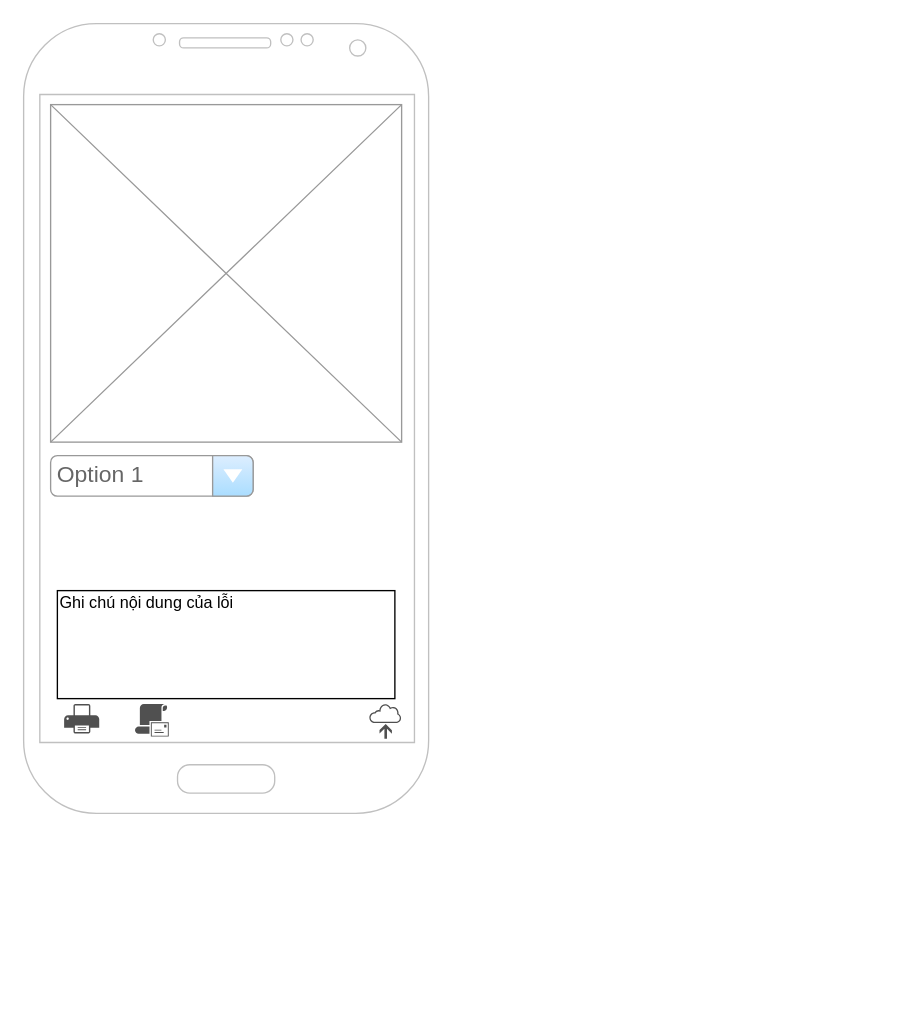
Above: page "Mobile-Local" (1 of 2) of 6S.drawio in NTcse/draw (draw.io), before the change. Source tidied: cells renumbered, new cells numbered last; positions are measured from the earlier drawing's top-left corner, leaving out a move shared by most shapes. Both pictures are drawn from the tidied source at 135%, with x=0, y=0 at pixel (23, 23).
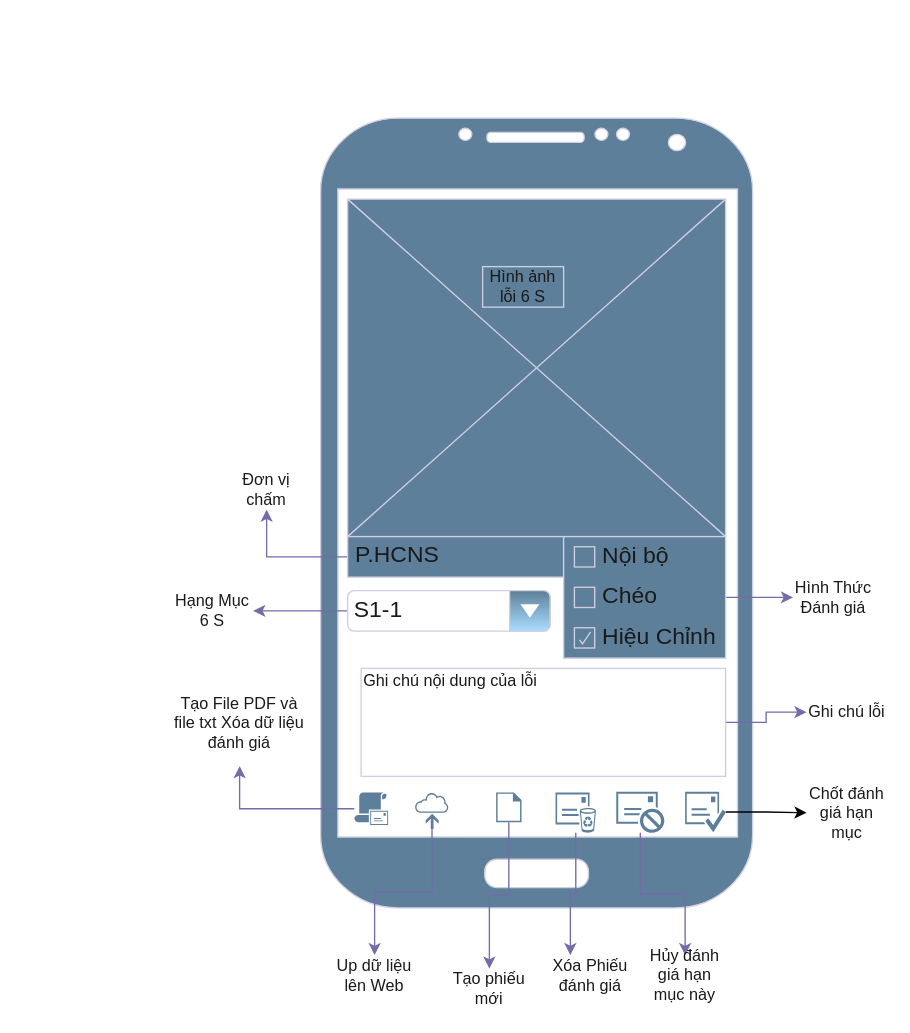
The same diagram, later.

Commit message:
Cập nhật 6S.drawio

What changed in the source:
```diff
@@
-    <mxCell id="2" style="verticalLabelPosition=bottom;verticalAlign=top;html=1;shadow=0;dashed=0;strokeWidth=1;shape=mxgraph.android.phone2;strokeColor=#c0c0c0;" parent="1" vertex="1">
-      <mxGeometry width="300" height="585" as="geometry" />
+    <mxCell id="2" style="verticalLabelPosition=bottom;verticalAlign=top;html=1;shadow=0;dashed=0;strokeWidth=1;shape=mxgraph.android.phone2;strokeColor=#D0CEE2;rounded=1;labelBackgroundColor=none;fillColor=#5D7F99;fontColor=#1A1A1A;" parent="1" vertex="1">
+      <mxGeometry x="220" y="70" width="320" height="585" as="geometry" />
     </mxCell>
-    <mxCell id="3" style="sketch=0;shadow=0;dashed=0;html=1;strokeColor=none;fillColor=#505050;labelPosition=center;verticalLabelPosition=bottom;verticalAlign=top;align=center;shape=mxgraph.office.clouds.online_backup;" parent="1" vertex="1">
-      <mxGeometry x="256" y="504" width="24" height="25.8" as="geometry" />
-    </mxCell>
-    <mxCell id="4" style="sketch=0;shadow=0;dashed=0;html=1;strokeColor=none;fillColor=#505050;labelPosition=center;verticalLabelPosition=bottom;verticalAlign=top;align=center;shape=mxgraph.office.devices.printer;" parent="1" vertex="1">
-      <mxGeometry x="30" y="504" width="26" height="21.8" as="geometry" />
-    </mxCell>
+    <mxCell id="9" style="edgeStyle=orthogonalEdgeStyle;rounded=0;jettySize=auto;html=1;strokeColor=#736CA8;fontColor=default;labelBackgroundColor=none;" parent="1" edge="1" source="5" target="32">
+      <mxGeometry relative="1" as="geometry" />
+    </mxCell>
-    <mxCell id="5" style="sketch=0;shadow=0;dashed=0;html=1;strokeColor=none;fillColor=#505050;labelPosition=center;verticalLabelPosition=bottom;verticalAlign=top;outlineConnect=0;align=center;shape=mxgraph.office.security.email_address_policy;" parent="1" vertex="1">
-      <mxGeometry x="82.5" y="504" width="25" height="24.1" as="geometry" />
+    <mxCell id="5" style="shadow=0;dashed=0;html=1;strokeColor=none;fillColor=#5D7F99;labelPosition=center;verticalLabelPosition=bottom;verticalAlign=top;outlineConnect=0;align=center;shape=mxgraph.office.security.email_address_policy;rounded=1;labelBackgroundColor=none;fontColor=#1A1A1A;" parent="1" vertex="1">
+      <mxGeometry x="245" y="569.5" width="25" height="24.1" as="geometry" />
     </mxCell>
-    <mxCell id="6" style="verticalLabelPosition=bottom;shadow=0;dashed=0;align=center;html=1;verticalAlign=top;strokeWidth=1;shape=mxgraph.mockup.graphics.simpleIcon;strokeColor=#999999;" parent="1" vertex="1">
-      <mxGeometry x="20" y="60" width="260" height="250" as="geometry" />
+    <mxCell id="6" style="verticalLabelPosition=bottom;shadow=0;dashed=0;align=center;html=1;verticalAlign=top;strokeWidth=1;shape=mxgraph.mockup.graphics.simpleIcon;strokeColor=#D0CEE2;rounded=1;labelBackgroundColor=none;fillColor=#5D7F99;fontColor=#1A1A1A;" parent="1" vertex="1">
+      <mxGeometry x="240" y="130" width="280" height="250" as="geometry" />
     </mxCell>
+    <mxCell id="10" style="edgeStyle=orthogonalEdgeStyle;rounded=0;jettySize=auto;html=1;strokeColor=#736CA8;fontColor=default;labelBackgroundColor=none;" parent="1" edge="1" source="7" target="28">
+      <mxGeometry relative="1" as="geometry" />
+    </mxCell>
-    <mxCell id="7" value="Option 1" style="strokeWidth=1;shadow=0;dashed=0;align=center;html=1;shape=mxgraph.mockup.forms.comboBox;strokeColor=#999999;fillColor=#ddeeff;align=left;fillColor2=#aaddff;mainText=;fontColor=#666666;fontSize=17;spacingLeft=3;points=[];" parent="1" vertex="1">
-      <mxGeometry x="20" y="320" width="150" height="30" as="geometry" />
+    <mxCell id="7" value="S1-1" style="strokeWidth=1;shadow=0;dashed=0;align=center;html=1;shape=mxgraph.mockup.forms.comboBox;strokeColor=#D0CEE2;fillColor=#5D7F99;align=left;fillColor2=#aaddff;mainText=;fontColor=#1A1A1A;fontSize=17;spacingLeft=3;points=[];rounded=1;labelBackgroundColor=none;" parent="1" vertex="1">
+      <mxGeometry x="240" y="420" width="150" height="30" as="geometry" />
     </mxCell>
+    <mxCell id="11" style="edgeStyle=orthogonalEdgeStyle;rounded=0;jettySize=auto;html=1;strokeColor=#736CA8;fontColor=default;labelBackgroundColor=none;" parent="1" edge="1" source="8" target="31">
+      <mxGeometry relative="1" as="geometry" />
+    </mxCell>
-    <mxCell id="8" value="Ghi chú nội dung của lỗi" style="text;spacingTop=-5;whiteSpace=wrap;html=1;align=left;fontSize=12;fontFamily=Helvetica;fillColor=none;strokeColor=default;" parent="1" vertex="1">
-      <mxGeometry x="25" y="420" width="250" height="80" as="geometry" />
+    <mxCell id="8" value="Ghi chú nội dung của lỗi" style="text;spacingTop=-5;whiteSpace=wrap;html=1;align=left;fontSize=12;fontFamily=Helvetica;fillColor=none;strokeColor=#D0CEE2;rounded=0;labelBackgroundColor=none;fontColor=#1A1A1A;" parent="1" vertex="1">
+      <mxGeometry x="250" y="477.6" width="270" height="80" as="geometry" />
     </mxCell>
+    <mxCell id="12" style="edgeStyle=orthogonalEdgeStyle;rounded=0;jettySize=auto;html=1;strokeColor=#736CA8;fontColor=default;labelBackgroundColor=none;" parent="1" edge="1" source="13" target="27">
+      <mxGeometry relative="1" as="geometry" />
+    </mxCell>
+    <mxCell id="13" value="P.HCNS" style="strokeWidth=1;shadow=0;dashed=0;align=center;html=1;shape=mxgraph.mockup.text.textBox;fontColor=#1A1A1A;align=left;fontSize=17;spacingLeft=4;spacingTop=-3;whiteSpace=wrap;strokeColor=#D0CEE2;mainText=;rounded=1;labelBackgroundColor=none;fillColor=#5D7F99;" parent="1" vertex="1">
+      <mxGeometry x="240" y="380" width="160" height="30" as="geometry" />
+    </mxCell>
+    <mxCell id="14" style="edgeStyle=orthogonalEdgeStyle;rounded=0;jettySize=auto;html=1;strokeColor=#736CA8;fontColor=default;labelBackgroundColor=none;entryX=0.25;entryY=0;entryDx=0;entryDy=0;" parent="1" edge="1" source="15" target="35">
+      <mxGeometry relative="1" as="geometry" />
+    </mxCell>
+    <mxCell id="15" style="shadow=0;dashed=0;html=1;strokeColor=none;fillColor=#5D7F99;labelPosition=center;verticalLabelPosition=bottom;verticalAlign=top;outlineConnect=0;align=center;shape=mxgraph.office.concepts.email_expired;rounded=1;labelBackgroundColor=none;fontColor=#1A1A1A;" parent="1" vertex="1">
+      <mxGeometry x="394" y="569.5" width="30" height="29.9" as="geometry" />
+    </mxCell>
+    <mxCell id="16" style="edgeStyle=orthogonalEdgeStyle;rounded=0;jettySize=auto;html=1;strokeColor=#736CA8;fontColor=default;labelBackgroundColor=none;" parent="1" edge="1" source="17" target="33">
+      <mxGeometry relative="1" as="geometry" />
+    </mxCell>
+    <mxCell id="17" style="shadow=0;dashed=0;html=1;strokeColor=none;fillColor=#5D7F99;labelPosition=center;verticalLabelPosition=bottom;verticalAlign=top;outlineConnect=0;align=center;shape=mxgraph.office.concepts.backup_online;rounded=1;labelBackgroundColor=none;fontColor=#1A1A1A;" parent="1" vertex="1">
+      <mxGeometry x="290" y="569.5" width="25" height="27.3" as="geometry" />
+    </mxCell>
+    <mxCell id="18" style="edgeStyle=orthogonalEdgeStyle;rounded=0;jettySize=auto;html=1;" parent="1" edge="1" source="19" target="39">
+      <mxGeometry relative="1" as="geometry" />
+    </mxCell>
+    <mxCell id="19" style="shadow=0;dashed=0;html=1;strokeColor=none;fillColor=#5D7F99;labelPosition=center;verticalLabelPosition=bottom;verticalAlign=top;outlineConnect=0;align=center;shape=mxgraph.office.concepts.email_approved;rounded=1;labelBackgroundColor=none;fontColor=#1A1A1A;" parent="1" vertex="1">
+      <mxGeometry x="490" y="569" width="30" height="29.9" as="geometry" />
+    </mxCell>
+    <mxCell id="20" style="edgeStyle=orthogonalEdgeStyle;rounded=0;jettySize=auto;html=1;strokeColor=#736CA8;fontColor=default;labelBackgroundColor=none;entryX=0;entryY=0.5;entryDx=0;entryDy=0;" parent="1" edge="1" source="21" target="30">
+      <mxGeometry relative="1" as="geometry" />
+    </mxCell>
+    <mxCell id="21" style="strokeWidth=1;shadow=0;dashed=0;align=center;html=1;shape=mxgraph.mockup.forms.rrect;rSize=0;strokeColor=#D0CEE2;fillColor=#5D7F99;rounded=1;labelBackgroundColor=none;fontColor=#1A1A1A;" parent="1" vertex="1">
+      <mxGeometry x="400" y="380" width="120" height="90" as="geometry" />
+    </mxCell>
+    <mxCell id="22" value="Nội bộ" style="strokeWidth=1;shadow=0;dashed=0;align=center;html=1;shape=mxgraph.mockup.forms.rrect;rSize=0;fillColor=#5D7F99;strokeColor=#D0CEE2;align=left;spacingLeft=4;fontSize=17;fontColor=#1A1A1A;labelPosition=right;rounded=1;labelBackgroundColor=none;" parent="21" vertex="1">
+      <mxGeometry x="8" y="7.5" width="15" height="15" as="geometry" />
+    </mxCell>
+    <mxCell id="23" value="Chéo" style="strokeWidth=1;shadow=0;dashed=0;align=center;html=1;shape=mxgraph.mockup.forms.rrect;rSize=0;fillColor=#5D7F99;strokeColor=#D0CEE2;align=left;spacingLeft=4;fontSize=17;fontColor=#1A1A1A;labelPosition=right;rounded=1;labelBackgroundColor=none;" parent="21" vertex="1">
+      <mxGeometry x="8" y="37.5" width="15" height="15" as="geometry" />
+    </mxCell>
+    <mxCell id="24" value="Hiệu Chỉnh" style="strokeWidth=1;shadow=0;dashed=0;align=center;html=1;shape=mxgraph.mockup.forms.checkbox;rSize=0;fillColor=#5D7F99;strokeColor=#D0CEE2;align=left;spacingLeft=4;fontSize=17;fontColor=#1A1A1A;labelPosition=right;rounded=1;labelBackgroundColor=none;" parent="21" vertex="1">
+      <mxGeometry x="8" y="67.5" width="15" height="15" as="geometry" />
+    </mxCell>
+    <mxCell id="25" style="edgeStyle=orthogonalEdgeStyle;rounded=0;jettySize=auto;html=1;strokeColor=#736CA8;fontColor=default;labelBackgroundColor=none;" parent="1" edge="1" source="26" target="34">
+      <mxGeometry relative="1" as="geometry" />
+    </mxCell>
+    <mxCell id="26" style="sketch=0;shadow=0;dashed=0;html=1;strokeColor=none;fillColor=#5D7F99;labelPosition=center;verticalLabelPosition=bottom;verticalAlign=top;outlineConnect=0;align=center;shape=mxgraph.office.concepts.document_blank;labelBackgroundColor=none;fontColor=#1A1A1A;" parent="1" vertex="1">
+      <mxGeometry x="350" y="569.5" width="18.8" height="22.1" as="geometry" />
+    </mxCell>
+    <mxCell id="27" value="Đơn vị chấm" style="text;html=1;strokeColor=none;fillColor=none;align=center;verticalAlign=middle;whiteSpace=wrap;rounded=0;fontColor=#1A1A1A;labelBackgroundColor=none;" parent="1" vertex="1">
+      <mxGeometry x="150" y="330" width="60" height="30" as="geometry" />
+    </mxCell>
+    <mxCell id="28" value="Hạng Mục 6 S" style="text;html=1;strokeColor=none;fillColor=none;align=center;verticalAlign=middle;whiteSpace=wrap;rounded=0;fontColor=#1A1A1A;labelBackgroundColor=none;" parent="1" vertex="1">
+      <mxGeometry x="110" y="420" width="60" height="30" as="geometry" />
+    </mxCell>
+    <mxCell id="29" value="Hình ảnh lỗi 6 S" style="text;html=1;strokeColor=#D0CEE2;fillColor=none;align=center;verticalAlign=middle;whiteSpace=wrap;rounded=0;fontColor=#1A1A1A;labelBackgroundColor=none;" parent="1" vertex="1">
+      <mxGeometry x="340" y="180" width="60" height="30" as="geometry" />
+    </mxCell>
+    <mxCell id="30" value="Hình Thức Đánh giá" style="text;html=1;strokeColor=none;fillColor=none;align=center;verticalAlign=middle;whiteSpace=wrap;rounded=0;fontColor=#1A1A1A;labelBackgroundColor=none;" parent="1" vertex="1">
+      <mxGeometry x="570" y="410" width="60" height="30" as="geometry" />
+    </mxCell>
+    <mxCell id="31" value="Ghi chú lỗi" style="text;html=1;strokeColor=none;fillColor=none;align=center;verticalAlign=middle;whiteSpace=wrap;rounded=0;fontColor=#1A1A1A;labelBackgroundColor=none;" parent="1" vertex="1">
+      <mxGeometry x="580" y="495" width="60" height="30" as="geometry" />
+    </mxCell>
+    <mxCell id="32" value="Tạo File PDF và file txt Xóa dữ liệu đánh giá" style="text;html=1;strokeColor=none;fillColor=none;align=center;verticalAlign=middle;whiteSpace=wrap;rounded=0;fontColor=#1A1A1A;labelBackgroundColor=none;" parent="1" vertex="1">
+      <mxGeometry x="110" y="485.1" width="100" height="64.9" as="geometry" />
+    </mxCell>
+    <mxCell id="33" value="Up dữ liệu lên Web" style="text;html=1;strokeColor=none;fillColor=none;align=center;verticalAlign=middle;whiteSpace=wrap;rounded=0;fontColor=#1A1A1A;labelBackgroundColor=none;" parent="1" vertex="1">
+      <mxGeometry x="230" y="690" width="60" height="30" as="geometry" />
+    </mxCell>
+    <mxCell id="34" value="Tạo phiếu mới" style="text;html=1;strokeColor=none;fillColor=none;align=center;verticalAlign=middle;whiteSpace=wrap;rounded=0;fontColor=#1A1A1A;labelBackgroundColor=none;" parent="1" vertex="1">
+      <mxGeometry x="315" y="700" width="60" height="30" as="geometry" />
+    </mxCell>
+    <mxCell id="35" value="Xóa Phiếu đánh giá" style="text;html=1;strokeColor=none;fillColor=none;align=center;verticalAlign=middle;whiteSpace=wrap;rounded=0;fontColor=#1A1A1A;labelBackgroundColor=none;" parent="1" vertex="1">
+      <mxGeometry x="390" y="690" width="60" height="30" as="geometry" />
+    </mxCell>
+    <mxCell id="36" style="edgeStyle=orthogonalEdgeStyle;rounded=0;jettySize=auto;html=1;strokeColor=#736CA8;fontColor=#1A1A1A;entryX=0.5;entryY=0;entryDx=0;entryDy=0;" parent="1" edge="1" source="37" target="38">
+      <mxGeometry relative="1" as="geometry" />
+    </mxCell>
+    <mxCell id="37" style="sketch=0;shadow=0;dashed=0;html=1;strokeColor=none;fillColor=#5D7F99;labelPosition=center;verticalLabelPosition=bottom;verticalAlign=top;outlineConnect=0;align=center;shape=mxgraph.office.concepts.anti_spam;fontColor=#1A1A1A;labelBackgroundColor=none;" parent="1" vertex="1">
+      <mxGeometry x="439" y="569" width="35.6" height="30.4" as="geometry" />
+    </mxCell>
+    <mxCell id="38" value="Hủy đánh giá hạn mục này" style="text;html=1;strokeColor=none;fillColor=none;align=center;verticalAlign=middle;whiteSpace=wrap;rounded=0;fontColor=#1A1A1A;" parent="1" vertex="1">
+      <mxGeometry x="460" y="690" width="60" height="30" as="geometry" />
+    </mxCell>
+    <mxCell id="39" value="Chốt đánh giá hạn mục" style="text;html=1;strokeColor=none;fillColor=none;align=center;verticalAlign=middle;whiteSpace=wrap;rounded=0;fontColor=#1A1A1A;" parent="1" vertex="1">
+      <mxGeometry x="580" y="569.5" width="60" height="30" as="geometry" />
+    </mxCell>
```
